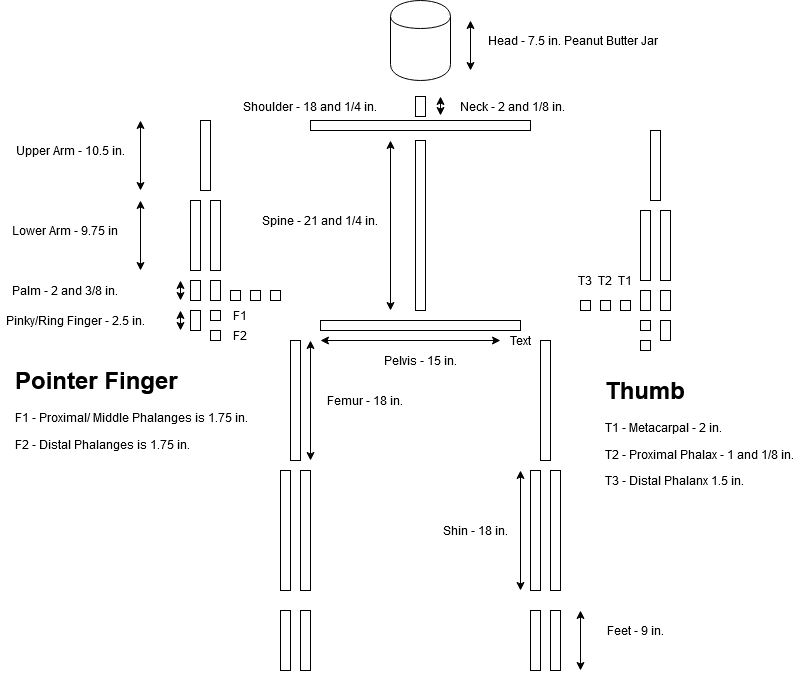
Earlier version of the draw.io export images/DojoJoeDimentions.png (TrackerLounge/DojoJoe). Source tidied: cells renumbered, new cells last; positions are measured from the earlier drawing's top-left corner, leaving out a move shared by most shapes.
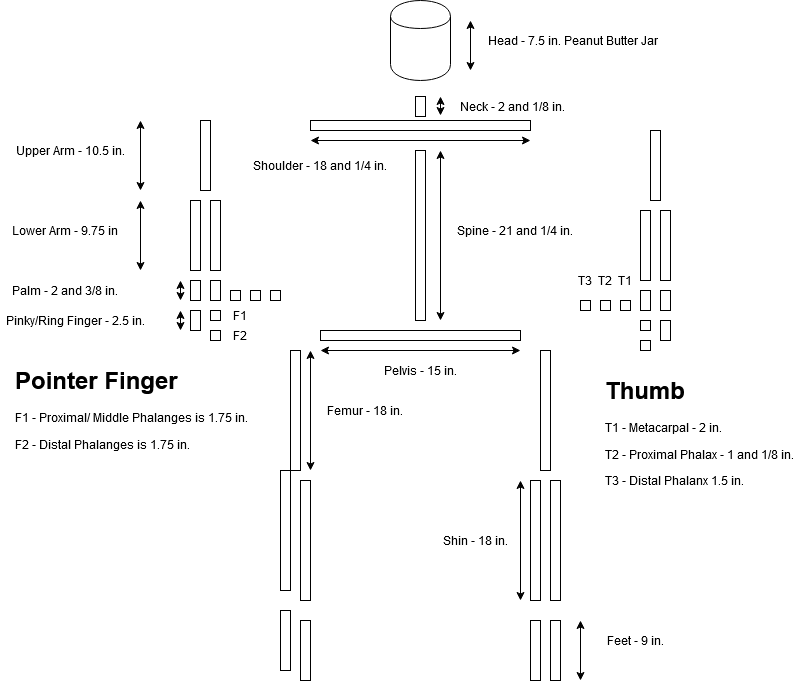
The same diagram one commit later.

What changed in the source:
```diff
@@ -6,46 +6,46 @@
       <mxGeometry x="310" y="120" width="220" height="10" as="geometry" />
     </mxCell>
     <mxCell id="3" style="rounded=0;whiteSpace=wrap;html=1;" parent="1" vertex="1">
-      <mxGeometry x="320" y="320" width="200" height="10" as="geometry" />
+      <mxGeometry x="320" y="330" width="200" height="10" as="geometry" />
     </mxCell>
     <mxCell id="4" style="rounded=0;whiteSpace=wrap;html=1;" parent="1" vertex="1">
       <mxGeometry x="415" y="96" width="10" height="20" as="geometry" />
     </mxCell>
     <mxCell id="5" style="rounded=0;whiteSpace=wrap;html=1;" parent="1" vertex="1">
-      <mxGeometry x="290" y="340" width="10" height="120" as="geometry" />
+      <mxGeometry x="290" y="350" width="10" height="120" as="geometry" />
     </mxCell>
     <mxCell id="6" style="shape=cylinder;whiteSpace=wrap;html=1;boundedLbl=1;backgroundOutline=1;" parent="1" vertex="1">
       <mxGeometry x="390" width="60" height="80" as="geometry" />
     </mxCell>
     <mxCell id="7" style="rounded=0;whiteSpace=wrap;html=1;" parent="1" vertex="1">
-      <mxGeometry x="415" y="140" width="10" height="170" as="geometry" />
+      <mxGeometry x="415" y="150" width="10" height="170" as="geometry" />
     </mxCell>
     <mxCell id="8" style="rounded=0;whiteSpace=wrap;html=1;" parent="1" vertex="1">
       <mxGeometry x="280" y="470" width="10" height="120" as="geometry" />
     </mxCell>
     <mxCell id="9" style="rounded=0;whiteSpace=wrap;html=1;" parent="1" vertex="1">
-      <mxGeometry x="300" y="470" width="10" height="120" as="geometry" />
+      <mxGeometry x="300" y="480" width="10" height="120" as="geometry" />
     </mxCell>
     <mxCell id="10" style="rounded=0;whiteSpace=wrap;html=1;" parent="1" vertex="1">
-      <mxGeometry x="540" y="340" width="10" height="120" as="geometry" />
+      <mxGeometry x="540" y="350" width="10" height="120" as="geometry" />
     </mxCell>
     <mxCell id="11" style="rounded=0;whiteSpace=wrap;html=1;" parent="1" vertex="1">
-      <mxGeometry x="530" y="470" width="10" height="120" as="geometry" />
+      <mxGeometry x="530" y="480" width="10" height="120" as="geometry" />
     </mxCell>
     <mxCell id="12" style="rounded=0;whiteSpace=wrap;html=1;" parent="1" vertex="1">
-      <mxGeometry x="550" y="470" width="10" height="120" as="geometry" />
+      <mxGeometry x="550" y="480" width="10" height="120" as="geometry" />
     </mxCell>
     <mxCell id="13" style="rounded=0;whiteSpace=wrap;html=1;" parent="1" vertex="1">
       <mxGeometry x="280" y="610" width="10" height="60" as="geometry" />
     </mxCell>
     <mxCell id="14" style="rounded=0;whiteSpace=wrap;html=1;" parent="1" vertex="1">
-      <mxGeometry x="300" y="610" width="10" height="60" as="geometry" />
+      <mxGeometry x="300" y="620" width="10" height="60" as="geometry" />
     </mxCell>
     <mxCell id="15" style="rounded=0;whiteSpace=wrap;html=1;" parent="1" vertex="1">
-      <mxGeometry x="530" y="610" width="10" height="60" as="geometry" />
+      <mxGeometry x="530" y="620" width="10" height="60" as="geometry" />
     </mxCell>
     <mxCell id="16" style="rounded=0;whiteSpace=wrap;html=1;" parent="1" vertex="1">
-      <mxGeometry x="550" y="610" width="10" height="60" as="geometry" />
+      <mxGeometry x="550" y="620" width="10" height="60" as="geometry" />
     </mxCell>
     <mxCell id="17" style="rounded=0;whiteSpace=wrap;html=1;" parent="1" vertex="1">
       <mxGeometry x="200" y="120" width="10" height="70" as="geometry" />
@@ -127,13 +127,14 @@
     </mxCell>
     <mxCell id="41" style="endArrow=classic;startArrow=classic;html=1;" parent="1" edge="1">
       <mxGeometry relative="1" as="geometry">
-        <mxPoint x="390" y="310" as="sourcePoint" />
-        <mxPoint x="390" y="140" as="targetPoint" />
+        <mxPoint x="440" y="320" as="sourcePoint" />
+        <mxPoint x="440" y="150" as="targetPoint" />
       </mxGeometry>
     </mxCell>
-    <mxCell id="42" style="endArrow=classic;startArrow=classic;html=1;" parent="1" edge="1" target="56">
+    <mxCell id="42" style="endArrow=classic;startArrow=classic;html=1;" parent="1" edge="1">
       <mxGeometry relative="1" as="geometry">
-        <mxPoint x="320" y="340" as="sourcePoint" />
+        <mxPoint x="320" y="350" as="sourcePoint" />
+        <mxPoint x="520" y="350" as="targetPoint" />
       </mxGeometry>
     </mxCell>
     <mxCell id="43" style="endArrow=classic;startArrow=classic;html=1;" parent="1" edge="1">
@@ -144,36 +145,36 @@
     </mxCell>
     <mxCell id="44" style="endArrow=classic;startArrow=classic;html=1;" parent="1" edge="1">
       <mxGeometry relative="1" as="geometry">
-        <mxPoint x="310" y="460" as="sourcePoint" />
-        <mxPoint x="310" y="340" as="targetPoint" />
+        <mxPoint x="310" y="470" as="sourcePoint" />
+        <mxPoint x="310" y="350" as="targetPoint" />
       </mxGeometry>
     </mxCell>
     <mxCell id="45" style="endArrow=classic;startArrow=classic;html=1;" parent="1" edge="1">
       <mxGeometry relative="1" as="geometry">
-        <mxPoint x="520" y="590" as="sourcePoint" />
-        <mxPoint x="520" y="470" as="targetPoint" />
+        <mxPoint x="520" y="600" as="sourcePoint" />
+        <mxPoint x="520" y="480" as="targetPoint" />
       </mxGeometry>
     </mxCell>
     <mxCell id="46" style="endArrow=classic;startArrow=classic;html=1;" parent="1" edge="1">
       <mxGeometry relative="1" as="geometry">
-        <mxPoint x="580" y="670" as="sourcePoint" />
-        <mxPoint x="580" y="610" as="targetPoint" />
+        <mxPoint x="580" y="680" as="sourcePoint" />
+        <mxPoint x="580" y="620" as="targetPoint" />
       </mxGeometry>
     </mxCell>
     <mxCell id="47" value="Feet - 9 in." style="text;html=1;strokeColor=none;fillColor=none;align=center;verticalAlign=middle;whiteSpace=wrap;rounded=0;" parent="1" vertex="1">
-      <mxGeometry x="600" y="620" width="70" height="20" as="geometry" />
+      <mxGeometry x="600" y="630" width="70" height="20" as="geometry" />
     </mxCell>
     <mxCell id="48" value="Shin - 18 in." style="text;html=1;strokeColor=none;fillColor=none;align=center;verticalAlign=middle;whiteSpace=wrap;rounded=0;" parent="1" vertex="1">
-      <mxGeometry x="440" y="520" width="70" height="20" as="geometry" />
+      <mxGeometry x="440" y="530" width="70" height="20" as="geometry" />
     </mxCell>
     <mxCell id="49" value="Femur - 18 in." style="text;html=1;strokeColor=none;fillColor=none;align=center;verticalAlign=middle;whiteSpace=wrap;rounded=0;" parent="1" vertex="1">
-      <mxGeometry x="325" y="390" width="80" height="20" as="geometry" />
+      <mxGeometry x="325" y="400" width="80" height="20" as="geometry" />
     </mxCell>
     <mxCell id="50" value="Spine - 21 and 1/4 in." style="text;html=1;strokeColor=none;fillColor=none;align=center;verticalAlign=middle;whiteSpace=wrap;rounded=0;" parent="1" vertex="1">
-      <mxGeometry x="260" y="210" width="120" height="20" as="geometry" />
+      <mxGeometry x="455" y="220" width="120" height="20" as="geometry" />
     </mxCell>
     <mxCell id="51" value="Pelvis - 15 in." style="text;html=1;strokeColor=none;fillColor=none;align=center;verticalAlign=middle;whiteSpace=wrap;rounded=0;" parent="1" vertex="1">
-      <mxGeometry x="380" y="350" width="80" height="20" as="geometry" />
+      <mxGeometry x="380" y="360" width="80" height="20" as="geometry" />
     </mxCell>
     <mxCell id="52" value="Upper Arm - 10.5 in." style="text;html=1;strokeColor=none;fillColor=none;align=center;verticalAlign=middle;whiteSpace=wrap;rounded=0;" parent="1" vertex="1">
       <mxGeometry x="10" y="140" width="120" height="20" as="geometry" />
@@ -185,58 +186,61 @@
       <mxGeometry x="455" y="96" width="115" height="20" as="geometry" />
     </mxCell>
     <mxCell id="55" value="Shoulder - 18 and 1/4 in." style="text;html=1;strokeColor=none;fillColor=none;align=center;verticalAlign=middle;whiteSpace=wrap;rounded=0;" parent="1" vertex="1">
-      <mxGeometry x="240" y="96" width="140" height="20" as="geometry" />
+      <mxGeometry x="250" y="155" width="140" height="20" as="geometry" />
     </mxCell>
-    <mxCell id="56" value="Text" style="text;html=1;strokeColor=none;fillColor=none;align=center;verticalAlign=middle;whiteSpace=wrap;rounded=0;" parent="1" vertex="1">
-      <mxGeometry x="500" y="330" width="40" height="20" as="geometry" />
+    <mxCell id="56" value="Palm - 2 and 3/8 in." style="text;html=1;strokeColor=none;fillColor=none;align=center;verticalAlign=middle;whiteSpace=wrap;rounded=0;" parent="1" vertex="1">
+      <mxGeometry x="10" y="280" width="110" height="20" as="geometry" />
     </mxCell>
-    <mxCell id="57" value="Palm - 2 and 3/8 in." style="text;html=1;strokeColor=none;fillColor=none;align=center;verticalAlign=middle;whiteSpace=wrap;rounded=0;" parent="1" vertex="1">
-      <mxGeometry x="10" y="280" width="110" height="20" as="geometry" />
+    <mxCell id="57" style="endArrow=classic;startArrow=classic;html=1;" parent="1" edge="1">
+      <mxGeometry relative="1" as="geometry">
+        <mxPoint x="180" y="300" as="sourcePoint" />
+        <mxPoint x="180" y="280" as="targetPoint" />
+      </mxGeometry>
     </mxCell>
-    <mxCell id="58" style="endArrow=classic;startArrow=classic;html=1;" parent="1" edge="1">
-      <mxGeometry relative="1" as="geometry">
-        <mxPoint x="180" y="300" as="sourcePoint" />
-        <mxPoint x="180" y="280" as="targetPoint" />
-      </mxGeometry>
+    <mxCell id="58" value="Pinky/Ring Finger - 2.5 in." style="text;html=1;strokeColor=none;fillColor=none;align=center;verticalAlign=middle;whiteSpace=wrap;rounded=0;" parent="1" vertex="1">
+      <mxGeometry y="310" width="150" height="20" as="geometry" />
     </mxCell>
-    <mxCell id="59" value="Pinky/Ring Finger - 2.5 in." style="text;html=1;strokeColor=none;fillColor=none;align=center;verticalAlign=middle;whiteSpace=wrap;rounded=0;" parent="1" vertex="1">
-      <mxGeometry y="310" width="150" height="20" as="geometry" />
+    <mxCell id="59" style="endArrow=classic;startArrow=classic;html=1;" parent="1" edge="1">
+      <mxGeometry relative="1" as="geometry">
+        <mxPoint x="180" y="330" as="sourcePoint" />
+        <mxPoint x="180" y="310" as="targetPoint" />
+      </mxGeometry>
     </mxCell>
-    <mxCell id="60" style="endArrow=classic;startArrow=classic;html=1;" parent="1" edge="1">
-      <mxGeometry relative="1" as="geometry">
-        <mxPoint x="180" y="330" as="sourcePoint" />
-        <mxPoint x="180" y="310" as="targetPoint" />
-      </mxGeometry>
+    <mxCell id="60" value="F1" style="text;html=1;strokeColor=none;fillColor=none;align=center;verticalAlign=middle;whiteSpace=wrap;rounded=0;" parent="1" vertex="1">
+      <mxGeometry x="220" y="305" width="40" height="20" as="geometry" />
     </mxCell>
-    <mxCell id="61" value="F1" style="text;html=1;strokeColor=none;fillColor=none;align=center;verticalAlign=middle;whiteSpace=wrap;rounded=0;" parent="1" vertex="1">
-      <mxGeometry x="220" y="305" width="40" height="20" as="geometry" />
+    <mxCell id="61" value="F2" style="text;html=1;strokeColor=none;fillColor=none;align=center;verticalAlign=middle;whiteSpace=wrap;rounded=0;" parent="1" vertex="1">
+      <mxGeometry x="220" y="325" width="40" height="20" as="geometry" />
     </mxCell>
-    <mxCell id="62" value="F2" style="text;html=1;strokeColor=none;fillColor=none;align=center;verticalAlign=middle;whiteSpace=wrap;rounded=0;" parent="1" vertex="1">
-      <mxGeometry x="220" y="325" width="40" height="20" as="geometry" />
+    <mxCell id="62" value="&lt;h1&gt;Pointer Finger&lt;br&gt;&lt;/h1&gt;&lt;p&gt;F1 - Proximal/ Middle Phalanges is 1.75 in.&lt;/p&gt;&lt;p&gt;F2 - Distal Phalanges is 1.75 in. &lt;br&gt;&lt;/p&gt;" style="text;html=1;strokeColor=none;fillColor=none;spacing=5;spacingTop=-20;whiteSpace=wrap;overflow=hidden;rounded=0;" parent="1" vertex="1">
+      <mxGeometry x="10" y="360" width="250" height="110" as="geometry" />
     </mxCell>
-    <mxCell id="63" value="&lt;h1&gt;Pointer Finger&lt;br&gt;&lt;/h1&gt;&lt;p&gt;F1 - Proximal/ Middle Phalanges is 1.75 in.&lt;/p&gt;&lt;p&gt;F2 - Distal Phalanges is 1.75 in. &lt;br&gt;&lt;/p&gt;" style="text;html=1;strokeColor=none;fillColor=none;spacing=5;spacingTop=-20;whiteSpace=wrap;overflow=hidden;rounded=0;" parent="1" vertex="1">
-      <mxGeometry x="10" y="360" width="250" height="110" as="geometry" />
+    <mxCell id="63" value="&lt;div&gt;T1&lt;/div&gt;" style="text;html=1;strokeColor=none;fillColor=none;align=center;verticalAlign=middle;whiteSpace=wrap;rounded=0;" parent="1" vertex="1">
+      <mxGeometry x="615" y="270" width="20" height="20" as="geometry" />
     </mxCell>
-    <mxCell id="64" value="&lt;div&gt;T1&lt;/div&gt;" style="text;html=1;strokeColor=none;fillColor=none;align=center;verticalAlign=middle;whiteSpace=wrap;rounded=0;" parent="1" vertex="1">
-      <mxGeometry x="615" y="270" width="20" height="20" as="geometry" />
+    <mxCell id="64" value="&lt;div&gt;T2&lt;/div&gt;" style="text;html=1;strokeColor=none;fillColor=none;align=center;verticalAlign=middle;whiteSpace=wrap;rounded=0;" parent="1" vertex="1">
+      <mxGeometry x="595" y="270" width="20" height="20" as="geometry" />
     </mxCell>
-    <mxCell id="65" value="&lt;div&gt;T2&lt;/div&gt;" style="text;html=1;strokeColor=none;fillColor=none;align=center;verticalAlign=middle;whiteSpace=wrap;rounded=0;" parent="1" vertex="1">
-      <mxGeometry x="595" y="270" width="20" height="20" as="geometry" />
+    <mxCell id="65" value="&lt;div&gt;T3&lt;/div&gt;" style="text;html=1;strokeColor=none;fillColor=none;align=center;verticalAlign=middle;whiteSpace=wrap;rounded=0;" parent="1" vertex="1">
+      <mxGeometry x="575" y="270" width="20" height="20" as="geometry" />
     </mxCell>
-    <mxCell id="66" value="&lt;div&gt;T3&lt;/div&gt;" style="text;html=1;strokeColor=none;fillColor=none;align=center;verticalAlign=middle;whiteSpace=wrap;rounded=0;" parent="1" vertex="1">
-      <mxGeometry x="575" y="270" width="20" height="20" as="geometry" />
+    <mxCell id="66" value="&lt;h1&gt;Thumb&lt;br&gt;&lt;/h1&gt;&lt;p&gt;T1 - Metacarpal - 2 in.&lt;/p&gt;&lt;p&gt;T2 - Proximal Phalax - 1 and 1/8 in.&lt;/p&gt;&lt;p&gt;T3 - Distal Phalanx 1.5 in.&lt;br&gt;&lt;/p&gt;" style="text;html=1;strokeColor=none;fillColor=none;spacing=5;spacingTop=-20;whiteSpace=wrap;overflow=hidden;rounded=0;" parent="1" vertex="1">
+      <mxGeometry x="600" y="370" width="200" height="140" as="geometry" />
     </mxCell>
-    <mxCell id="67" value="&lt;h1&gt;Thumb&lt;br&gt;&lt;/h1&gt;&lt;p&gt;T1 - Metacarpal - 2 in.&lt;/p&gt;&lt;p&gt;T2 - Proximal Phalax - 1 and 1/8 in.&lt;/p&gt;&lt;p&gt;T3 - Distal Phalanx 1.5 in.&lt;br&gt;&lt;/p&gt;" style="text;html=1;strokeColor=none;fillColor=none;spacing=5;spacingTop=-20;whiteSpace=wrap;overflow=hidden;rounded=0;" parent="1" vertex="1">
-      <mxGeometry x="600" y="370" width="200" height="140" as="geometry" />
+    <mxCell id="67" style="endArrow=classic;startArrow=classic;html=1;" parent="1" edge="1">
+      <mxGeometry relative="1" as="geometry">
+        <mxPoint x="470" y="70" as="sourcePoint" />
+        <mxPoint x="470" y="20" as="targetPoint" />
+      </mxGeometry>
     </mxCell>
-    <mxCell id="68" style="endArrow=classic;startArrow=classic;html=1;" parent="1" edge="1">
-      <mxGeometry relative="1" as="geometry">
-        <mxPoint x="470" y="70" as="sourcePoint" />
-        <mxPoint x="470" y="20" as="targetPoint" />
-      </mxGeometry>
+    <mxCell id="68" value="Head - 7.5 in. Peanut Butter Jar" style="text;html=1;strokeColor=none;fillColor=none;align=center;verticalAlign=middle;whiteSpace=wrap;rounded=0;" parent="1" vertex="1">
+      <mxGeometry x="480" y="30" width="185" height="20" as="geometry" />
     </mxCell>
-    <mxCell id="69" value="Head - 7.5 in. Peanut Butter Jar" style="text;html=1;strokeColor=none;fillColor=none;align=center;verticalAlign=middle;whiteSpace=wrap;rounded=0;" parent="1" vertex="1">
-      <mxGeometry x="480" y="30" width="185" height="20" as="geometry" />
+    <mxCell id="69" style="endArrow=classic;startArrow=classic;html=1;" parent="1" edge="1">
+      <mxGeometry relative="1" as="geometry">
+        <mxPoint x="310" y="140" as="sourcePoint" />
+        <mxPoint x="530" y="140" as="targetPoint" />
+      </mxGeometry>
     </mxCell>
   </root>
 </mxGraphModel>
```
